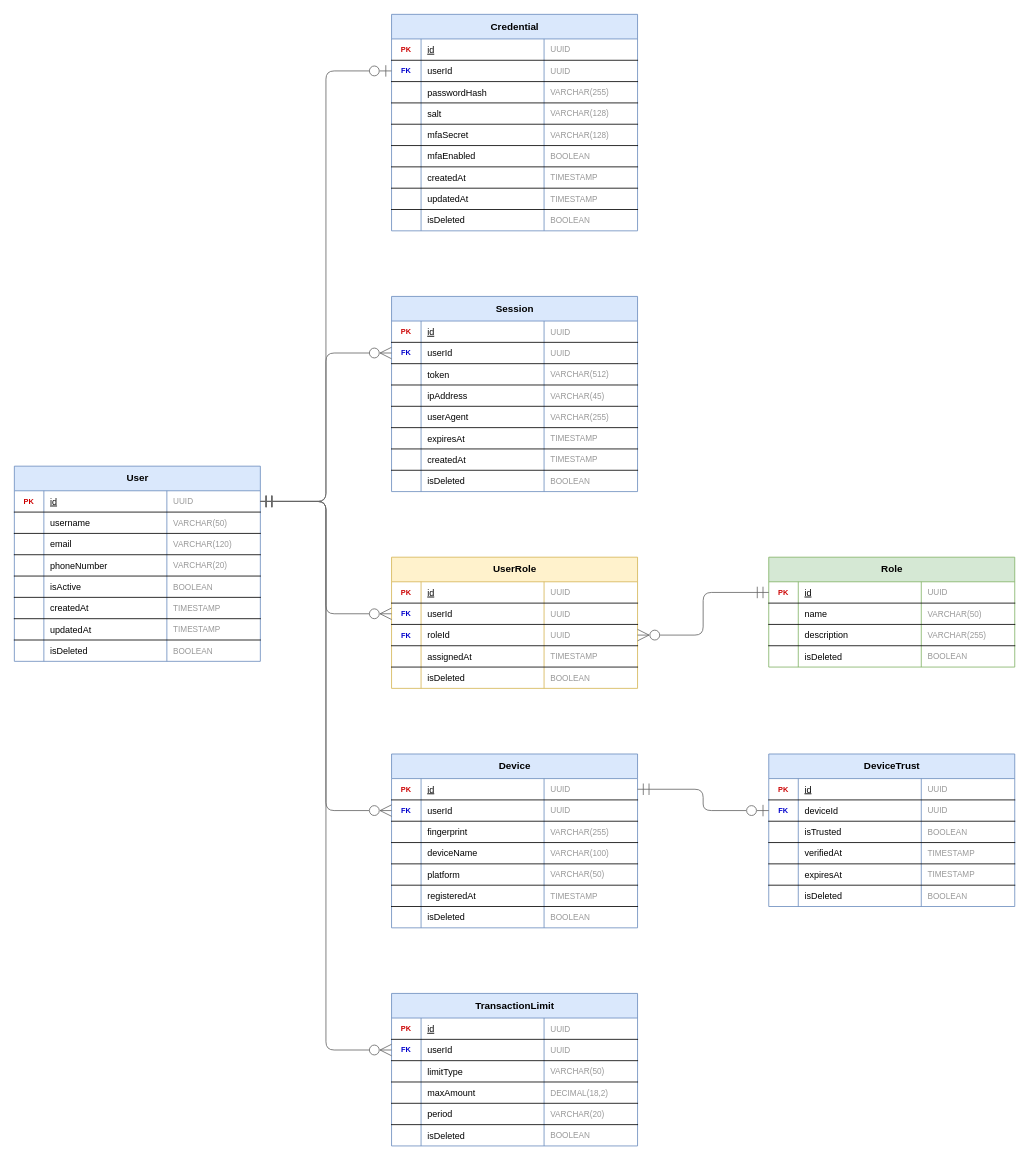
Above: docs/diagrams/er/authSeguridad_er.drawio in javer-ia-nos/documentacion (draw.io), before the change. Source tidied: cells renumbered, new cells numbered last; positions are measured from the earlier drawing's top-left corner, leaving out a move shared by most shapes. Both pictures are drawn from the tidied source at 82%, with x=0, y=0 at pixel (14, 14).
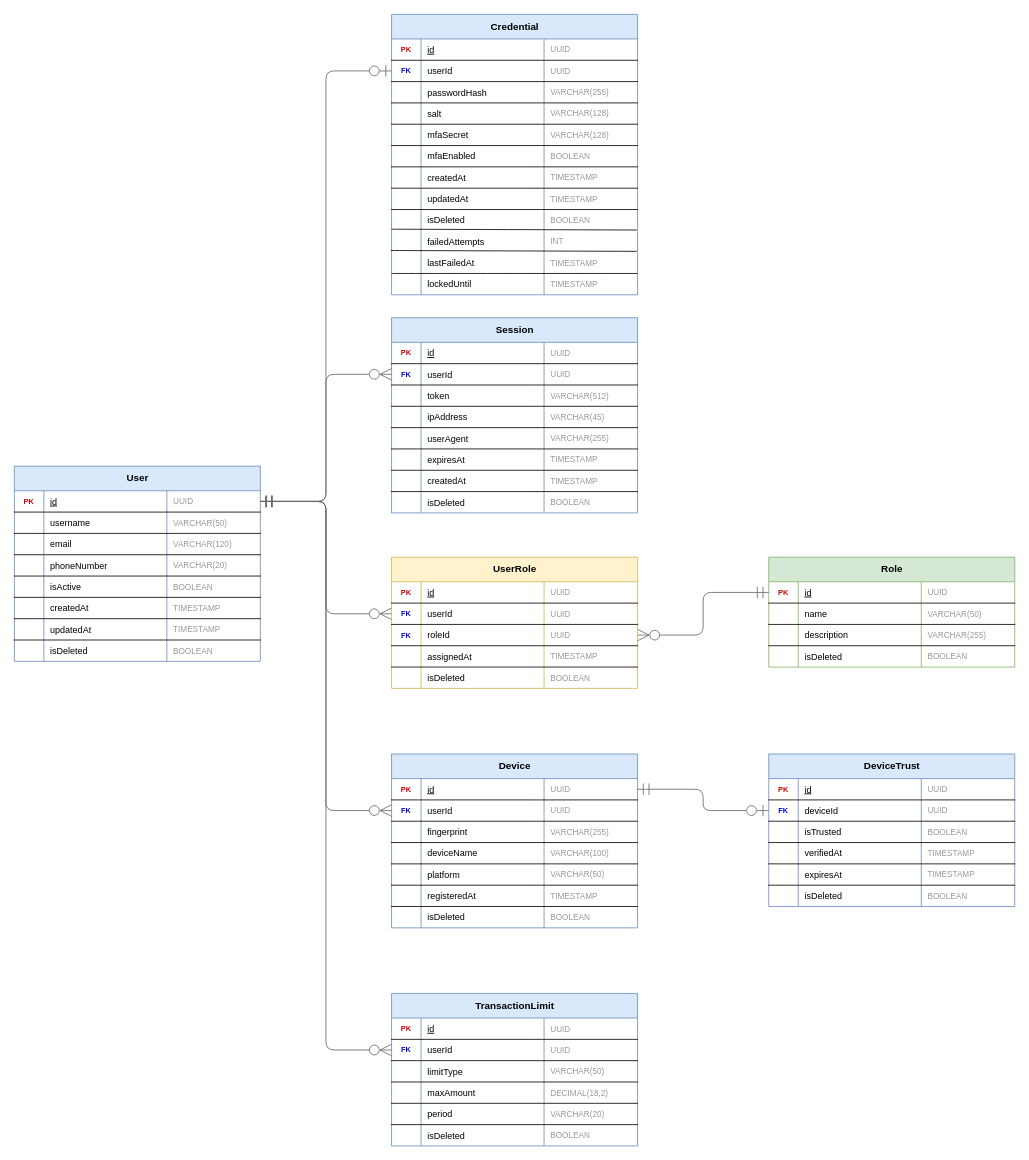
Above is the later version.

What changed in the source:
```diff
@@
     <mxCell id="35" value="Credential" style="shape=table;startSize=30;childLayout=tableLayout;rowLines=0;fontStyle=1;align=center;fillColor=#dae8fc;strokeColor=#6c8ebf;fontSize=12;html=1;" parent="1" vertex="1">
-      <mxGeometry x="460" width="300" height="264" as="geometry" />
+      <mxGeometry x="460" width="300" height="342" as="geometry" />
     </mxCell>
@@
+    <mxCell id="229" style="shape=partialRectangle;fillColor=none;points=[[0,0.5],[1,0.5]];portConstraint=eastwest;top=0;left=0;right=0;bottom=0;" parent="35" vertex="1">
+      <mxGeometry y="264" width="300" height="26" as="geometry" />
+    </mxCell>
+    <mxCell id="230" style="shape=partialRectangle;overflow=hidden;fillColor=none;top=0;left=0;bottom=0;right=0;fontColor=#333;fontSize=9;align=center;" parent="229" vertex="1">
+      <mxGeometry width="36" height="26" as="geometry" />
+    </mxCell>
+    <mxCell id="231" value="failedAttempts" style="shape=partialRectangle;overflow=hidden;fillColor=none;top=0;left=0;bottom=0;right=0;align=left;spacingLeft=6;fontSize=11;" parent="229" vertex="1">
+      <mxGeometry x="36" width="150" height="26" as="geometry" />
+    </mxCell>
+    <mxCell id="232" value="INT" style="shape=partialRectangle;overflow=hidden;fillColor=none;top=0;left=0;bottom=0;right=0;align=left;spacingLeft=6;fontColor=#999999;fontSize=10;" parent="229" vertex="1">
+      <mxGeometry x="186" width="114" height="26" as="geometry" />
+    </mxCell>
+    <mxCell id="233" style="shape=partialRectangle;fillColor=none;top=0;left=0;right=0;bottom=0;" parent="35" vertex="1">
+      <mxGeometry y="290" width="300" height="26" as="geometry" />
+    </mxCell>
+    <mxCell id="234" style="shape=partialRectangle;overflow=hidden;fillColor=none;top=0;left=0;bottom=0;right=0;fontColor=#333;fontSize=9;align=center;" parent="233" vertex="1">
+      <mxGeometry width="36" height="26" as="geometry" />
+    </mxCell>
+    <mxCell id="235" value="lastFailedAt" style="shape=partialRectangle;overflow=hidden;fillColor=none;top=0;left=0;bottom=0;right=0;align=left;spacingLeft=6;fontSize=11;" parent="233" vertex="1">
+      <mxGeometry x="36" width="150" height="26" as="geometry" />
+    </mxCell>
+    <mxCell id="236" value="TIMESTAMP" style="shape=partialRectangle;overflow=hidden;fillColor=none;top=0;left=0;bottom=0;right=0;align=left;spacingLeft=6;fontColor=#999999;fontSize=10;" parent="233" vertex="1">
+      <mxGeometry x="186" width="114" height="26" as="geometry" />
+    </mxCell>
+    <mxCell id="237" style="shape=partialRectangle;fillColor=none;points=[[0,0.5],[1,0.5]];portConstraint=eastwest;top=0;left=0;right=0;bottom=0;" parent="35" vertex="1">
+      <mxGeometry y="316" width="300" height="26" as="geometry" />
+    </mxCell>
+    <mxCell id="238" style="shape=partialRectangle;overflow=hidden;fillColor=none;top=0;left=0;bottom=0;right=0;fontColor=#333;fontSize=9;align=center;" parent="237" vertex="1">
+      <mxGeometry width="36" height="26" as="geometry" />
+    </mxCell>
+    <mxCell id="239" value="lockedUntil" style="shape=partialRectangle;overflow=hidden;fillColor=none;top=0;left=0;bottom=0;right=0;align=left;spacingLeft=6;fontSize=11;" parent="237" vertex="1">
+      <mxGeometry x="36" width="150" height="26" as="geometry" />
+    </mxCell>
+    <mxCell id="240" value="TIMESTAMP" style="shape=partialRectangle;overflow=hidden;fillColor=none;top=0;left=0;bottom=0;right=0;align=left;spacingLeft=6;fontColor=#999999;fontSize=10;" parent="237" vertex="1">
+      <mxGeometry x="186" width="114" height="26" as="geometry" />
+    </mxCell>
+    <mxCell id="241" style="endArrow=none;html=1;rounded=0;fontSize=12;startSize=8;endSize=8;curved=1;exitX=0;exitY=-0.077;exitDx=0;exitDy=0;exitPerimeter=0;entryX=0.997;entryY=-0.038;entryDx=0;entryDy=0;entryPerimeter=0;" parent="35" edge="1" source="229" target="229">
+      <mxGeometry relative="1" as="geometry" />
+    </mxCell>
+    <mxCell id="242" style="endArrow=none;html=1;rounded=0;fontSize=12;startSize=8;endSize=8;curved=1;exitX=-0.003;exitY=0.923;exitDx=0;exitDy=0;exitPerimeter=0;entryX=0.997;entryY=0.962;entryDx=0;entryDy=0;entryPerimeter=0;" parent="35" edge="1" source="229" target="229">
+      <mxGeometry relative="1" as="geometry" />
+    </mxCell>
+    <mxCell id="243" style="endArrow=none;html=1;rounded=0;fontSize=12;startSize=8;endSize=8;curved=1;exitX=0;exitY=0;exitDx=0;exitDy=0;exitPerimeter=0;entryX=1;entryY=0;entryDx=0;entryDy=0;entryPerimeter=0;" parent="35" edge="1" source="237" target="237">
+      <mxGeometry relative="1" as="geometry" />
+    </mxCell>
     <mxCell id="72" value="Session" style="shape=table;startSize=30;childLayout=tableLayout;rowLines=0;fontStyle=1;align=center;fillColor=#dae8fc;strokeColor=#6c8ebf;fontSize=12;html=1;" parent="1" vertex="1">
-      <mxGeometry x="460" y="344" width="300" height="238" as="geometry" />
+      <mxGeometry x="460" y="370" width="300" height="238" as="geometry" />
     </mxCell>
```
